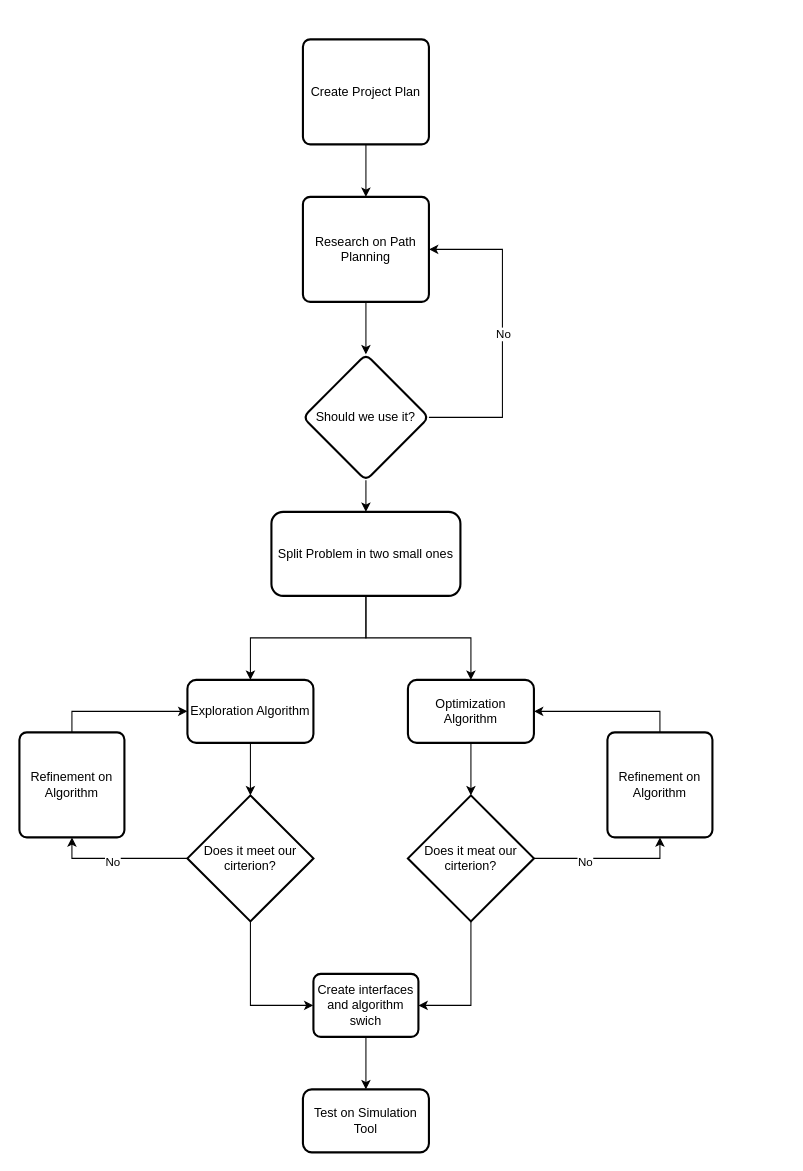
This is ressources/figures/High_Level_Project_Overview.drawio from Beomar97/path-planning-docs, a draw.io file, before an edit. Source tidied: cells renumbered, new cells numbered last; positions are measured from the earlier drawing's top-left corner, leaving out a move shared by most shapes. Both pictures are drawn from the tidied source at 105%, with x=0, y=0 at pixel (19, 39).
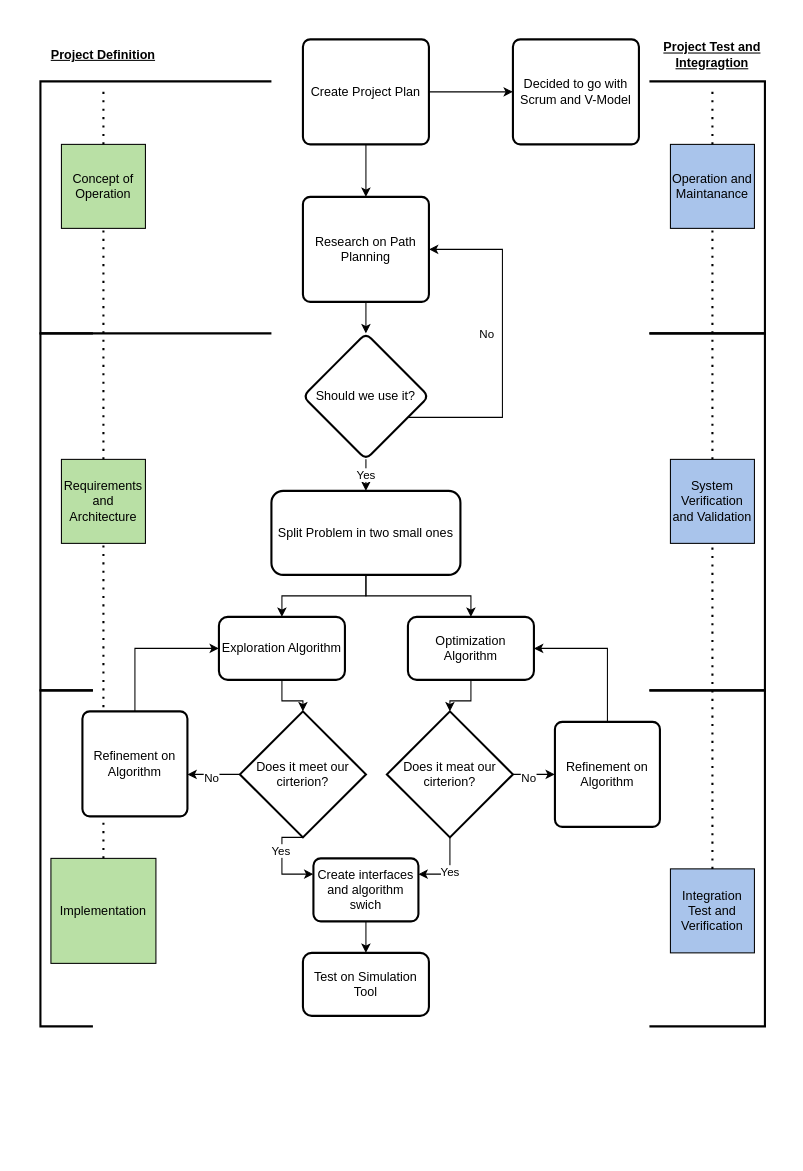
The same page after the edit.

The change refers to these unchanged cells:
```xml
<mxCell id="9" value="Create Project Plan" style="rounded=1;whiteSpace=wrap;html=1;absoluteArcSize=1;arcSize=14;strokeWidth=2;" parent="1" vertex="1">
  <mxGeometry x="270" width="120" height="100" as="geometry" />
</mxCell>
```

What changed in the source:
```diff
@@
+    <mxCell id="32" style="endArrow=none;dashed=1;html=1;dashPattern=1 3;strokeWidth=2;rounded=0;entryX=0.5;entryY=1;entryDx=0;entryDy=0;exitX=0.5;exitY=0;exitDx=0;exitDy=0;" parent="1" edge="1" source="44" target="40">
+      <mxGeometry relative="1" as="geometry" />
+    </mxCell>
+    <mxCell id="33" style="strokeWidth=2;html=1;shape=mxgraph.flowchart.annotation_1;align=left;fillColor=#B9E0A5;" parent="1" vertex="1">
+      <mxGeometry x="20" y="40" width="220" height="240" as="geometry" />
+    </mxCell>
@@
-    <mxCell id="6" style="edgeStyle=orthogonalEdgeStyle;rounded=0;jettySize=auto;html=1;" parent="1" edge="1" source="7" target="11">
+    <mxCell id="6" value="Yes" style="edgeStyle=orthogonalEdgeStyle;rounded=0;jettySize=auto;html=1;" parent="1" edge="1" source="7" target="11">
       <mxGeometry relative="1" as="geometry" />
     </mxCell>
     <mxCell id="7" value="Should we use it?" style="rhombus;whiteSpace=wrap;html=1;rounded=1;arcSize=14;strokeWidth=2;" parent="1" vertex="1">
-      <mxGeometry x="270" y="300" width="120" height="120" as="geometry" />
+      <mxGeometry x="270" y="280" width="120" height="120" as="geometry" />
     </mxCell>
@@
+    <mxCell id="34" style="edgeStyle=orthogonalEdgeStyle;rounded=0;jettySize=auto;html=1;" parent="1" edge="1" source="9" target="36">
+      <mxGeometry relative="1" as="geometry" />
+    </mxCell>
@@
     <mxCell id="11" value="Split Problem in two small ones" style="rounded=1;whiteSpace=wrap;html=1;arcSize=14;strokeWidth=2;" parent="1" vertex="1">
-      <mxGeometry x="240" y="450" width="180" height="80" as="geometry" />
+      <mxGeometry x="240" y="430" width="180" height="80" as="geometry" />
     </mxCell>
@@
     <mxCell id="13" value="Exploration Algorithm" style="whiteSpace=wrap;html=1;rounded=1;arcSize=14;strokeWidth=2;" parent="1" vertex="1">
-      <mxGeometry x="160" y="610" width="120" height="60" as="geometry" />
+      <mxGeometry x="190" y="550" width="120" height="60" as="geometry" />
     </mxCell>
@@
     <mxCell id="15" value="Optimization Algorithm" style="whiteSpace=wrap;html=1;rounded=1;arcSize=14;strokeWidth=2;" parent="1" vertex="1">
-      <mxGeometry x="370" y="610" width="120" height="60" as="geometry" />
+      <mxGeometry x="370" y="550" width="120" height="60" as="geometry" />
     </mxCell>
     <mxCell id="16" style="endArrow=classic;html=1;rounded=0;exitX=0.5;exitY=1;exitDx=0;exitDy=0;entryX=0.5;entryY=0;entryDx=0;entryDy=0;" parent="1" edge="1" source="11" target="15">
       <mxGeometry relative="1" as="geometry">
         <Array as="points">
-          <mxPoint x="330" y="570" />
-          <mxPoint x="430" y="570" />
+          <mxPoint x="330" y="530" />
+          <mxPoint x="380" y="530" />
+          <mxPoint x="430" y="530" />
+          <mxPoint x="430" y="550" />
         </Array>
       </mxGeometry>
     </mxCell>
-    <mxCell id="17" style="edgeStyle=orthogonalEdgeStyle;rounded=0;jettySize=auto;html=1;" parent="1" edge="1" source="20" target="28">
+    <mxCell id="17" style="edgeStyle=orthogonalEdgeStyle;rounded=0;jettySize=auto;html=1;exitX=0;exitY=0.5;exitDx=0;exitDy=0;exitPerimeter=0;" parent="1" edge="1" source="20" target="28">
       <mxGeometry relative="1" as="geometry">
         <Array as="points">
-          <mxPoint x="50" y="780" />
+          <mxPoint x="120" y="700" />
+          <mxPoint x="120" y="700" />
         </Array>
       </mxGeometry>
     </mxCell>
@@
-    <mxCell id="19" style="edgeStyle=orthogonalEdgeStyle;rounded=0;jettySize=auto;html=1;entryX=0;entryY=0.5;entryDx=0;entryDy=0;" parent="1" edge="1" source="20" target="30">
+    <mxCell id="19" style="edgeStyle=orthogonalEdgeStyle;rounded=0;jettySize=auto;html=1;entryX=0;entryY=0.25;entryDx=0;entryDy=0;exitX=0.5;exitY=1;exitDx=0;exitDy=0;exitPerimeter=0;" parent="1" edge="1" source="20" target="30">
       <mxGeometry relative="1" as="geometry">
         <Array as="points">
-          <mxPoint x="220" y="920" />
+          <mxPoint x="250" y="760" />
+          <mxPoint x="250" y="795" />
         </Array>
       </mxGeometry>
     </mxCell>
+    <mxCell id="35" value="Yes" style="edgeLabel;html=1;align=center;verticalAlign=middle;" parent="19" vertex="1">
+      <mxGeometry x="-0.24" y="-2" relative="1" as="geometry" />
+    </mxCell>
     <mxCell id="20" value="&lt;span style=&quot;&quot;&gt;Does it meet our cirterion?&lt;/span&gt;" style="strokeWidth=2;html=1;shape=mxgraph.flowchart.decision;whiteSpace=wrap;" parent="1" vertex="1">
-      <mxGeometry x="160" y="720" width="120" height="120" as="geometry" />
+      <mxGeometry x="210" y="640" width="120" height="120" as="geometry" />
     </mxCell>
-    <mxCell id="21" style="edgeStyle=orthogonalEdgeStyle;rounded=0;jettySize=auto;html=1;" parent="1" edge="1" source="24" target="26">
+    <mxCell id="21" style="edgeStyle=orthogonalEdgeStyle;rounded=0;jettySize=auto;html=1;exitX=1;exitY=0.5;exitDx=0;exitDy=0;exitPerimeter=0;entryX=0;entryY=0.5;entryDx=0;entryDy=0;" parent="1" edge="1" source="24" target="26">
       <mxGeometry relative="1" as="geometry">
         <Array as="points">
-          <mxPoint x="610" y="780" />
+          <mxPoint x="490" y="700" />
+          <mxPoint x="490" y="700" />
         </Array>
       </mxGeometry>
     </mxCell>
@@
-    <mxCell id="23" style="edgeStyle=orthogonalEdgeStyle;rounded=0;jettySize=auto;html=1;entryX=1;entryY=0.5;entryDx=0;entryDy=0;" parent="1" edge="1" source="24" target="30">
+    <mxCell id="23" value="Yes" style="edgeStyle=orthogonalEdgeStyle;rounded=0;jettySize=auto;html=1;entryX=1;entryY=0.25;entryDx=0;entryDy=0;" parent="1" edge="1" source="24" target="30">
       <mxGeometry relative="1" as="geometry" />
     </mxCell>
     <mxCell id="24" value="Does it meat our cirterion?" style="strokeWidth=2;html=1;shape=mxgraph.flowchart.decision;whiteSpace=wrap;" parent="1" vertex="1">
-      <mxGeometry x="370" y="720" width="120" height="120" as="geometry" />
+      <mxGeometry x="350" y="640" width="120" height="120" as="geometry" />
     </mxCell>
     <mxCell id="25" style="edgeStyle=orthogonalEdgeStyle;rounded=0;jettySize=auto;html=1;entryX=1;entryY=0.5;entryDx=0;entryDy=0;" parent="1" edge="1" source="26" target="15">
       <mxGeometry relative="1" as="geometry">
         <Array as="points">
-          <mxPoint x="610" y="640" />
+          <mxPoint x="560" y="580" />
         </Array>
       </mxGeometry>
     </mxCell>
     <mxCell id="26" value="Refinement on Algorithm" style="rounded=1;whiteSpace=wrap;html=1;absoluteArcSize=1;arcSize=14;strokeWidth=2;" parent="1" vertex="1">
-      <mxGeometry x="560" y="660" width="100" height="100" as="geometry" />
+      <mxGeometry x="510" y="650" width="100" height="100" as="geometry" />
     </mxCell>
@@
     <mxCell id="28" value="Refinement on Algorithm" style="rounded=1;whiteSpace=wrap;html=1;absoluteArcSize=1;arcSize=14;strokeWidth=2;" parent="1" vertex="1">
-      <mxGeometry y="660" width="100" height="100" as="geometry" />
+      <mxGeometry x="60" y="640" width="100" height="100" as="geometry" />
     </mxCell>
     <mxCell id="29" style="edgeStyle=orthogonalEdgeStyle;rounded=0;jettySize=auto;html=1;" parent="1" edge="1" source="30" target="31">
       <mxGeometry relative="1" as="geometry">
         <Array as="points">
-          <mxPoint x="300" y="1010" />
+          <mxPoint x="300" y="900" />
         </Array>
       </mxGeometry>
     </mxCell>
     <mxCell id="30" value="Create interfaces and algorithm swich" style="rounded=1;whiteSpace=wrap;html=1;absoluteArcSize=1;arcSize=14;strokeWidth=2;" parent="1" vertex="1">
-      <mxGeometry x="280" y="890" width="100" height="60" as="geometry" />
+      <mxGeometry x="280" y="780" width="100" height="60" as="geometry" />
     </mxCell>
     <mxCell id="31" value="Test on Simulation Tool" style="whiteSpace=wrap;html=1;rounded=1;arcSize=14;strokeWidth=2;" parent="1" vertex="1">
-      <mxGeometry x="270" y="1000" width="120" height="60" as="geometry" />
+      <mxGeometry x="270" y="870" width="120" height="60" as="geometry" />
     </mxCell>
+    <mxCell id="36" value="Decided to go with Scrum and V-Model" style="rounded=1;whiteSpace=wrap;html=1;absoluteArcSize=1;arcSize=14;strokeWidth=2;" parent="1" vertex="1">
+      <mxGeometry x="470" width="120" height="100" as="geometry" />
+    </mxCell>
+    <mxCell id="37" value="Concept of Operation" style="whiteSpace=wrap;html=1;fillColor=#B9E0A5;" parent="1" vertex="1">
+      <mxGeometry x="40" y="100" width="80" height="80" as="geometry" />
+    </mxCell>
+    <mxCell id="38" value="&lt;u&gt;&lt;b&gt;Project Definition&lt;/b&gt;&lt;/u&gt;" style="text;html=1;strokeColor=none;fillColor=none;align=center;verticalAlign=middle;whiteSpace=wrap;rounded=0;" parent="1" vertex="1">
+      <mxGeometry x="10" y="-20" width="140" height="70" as="geometry" />
+    </mxCell>
+    <mxCell id="39" style="endArrow=none;dashed=1;html=1;dashPattern=1 3;strokeWidth=2;rounded=0;exitX=0.5;exitY=0;exitDx=0;exitDy=0;entryX=0.5;entryY=1;entryDx=0;entryDy=0;" parent="1" edge="1" source="37" target="38">
+      <mxGeometry relative="1" as="geometry" />
+    </mxCell>
+    <mxCell id="40" value="Requirements and Architecture" style="whiteSpace=wrap;html=1;fillColor=#B9E0A5;" parent="1" vertex="1">
+      <mxGeometry x="40" y="400" width="80" height="80" as="geometry" />
+    </mxCell>
+    <mxCell id="41" style="strokeWidth=2;html=1;shape=mxgraph.flowchart.annotation_1;align=left;fillColor=#B9E0A5;" parent="1" vertex="1">
+      <mxGeometry x="20" y="280" width="50" height="340" as="geometry" />
+    </mxCell>
+    <mxCell id="42" style="endArrow=none;dashed=1;html=1;dashPattern=1 3;strokeWidth=2;rounded=0;entryX=0.5;entryY=1;entryDx=0;entryDy=0;exitX=0.5;exitY=0;exitDx=0;exitDy=0;" parent="1" edge="1" source="40" target="37">
+      <mxGeometry relative="1" as="geometry" />
+    </mxCell>
+    <mxCell id="43" style="strokeWidth=2;html=1;shape=mxgraph.flowchart.annotation_1;align=left;fillColor=#B9E0A5;" parent="1" vertex="1">
+      <mxGeometry x="20" y="620" width="50" height="320" as="geometry" />
+    </mxCell>
+    <mxCell id="44" value="Implementation" style="whiteSpace=wrap;html=1;fillColor=#B9E0A5;" parent="1" vertex="1">
+      <mxGeometry x="30" y="780" width="100" height="100" as="geometry" />
+    </mxCell>
+    <mxCell id="45" style="strokeWidth=2;html=1;shape=mxgraph.flowchart.annotation_1;align=left;fillColor=#B9E0A5;direction=west;" parent="1" vertex="1">
+      <mxGeometry x="600" y="40" width="110" height="240" as="geometry" />
+    </mxCell>
+    <mxCell id="46" value="&lt;u&gt;&lt;b&gt;Project Test and Integragtion&lt;/b&gt;&lt;/u&gt;" style="text;html=1;strokeColor=none;fillColor=none;align=center;verticalAlign=middle;whiteSpace=wrap;rounded=0;" parent="1" vertex="1">
+      <mxGeometry x="590" y="-20" width="140" height="70" as="geometry" />
+    </mxCell>
+    <mxCell id="47" value="Operation and Maintanance" style="whiteSpace=wrap;html=1;fillColor=#A9C4EB;" parent="1" vertex="1">
+      <mxGeometry x="620" y="100" width="80" height="80" as="geometry" />
+    </mxCell>
+    <mxCell id="48" style="strokeWidth=2;html=1;shape=mxgraph.flowchart.annotation_1;align=left;fillColor=#B9E0A5;direction=west;" parent="1" vertex="1">
+      <mxGeometry x="600" y="280" width="110" height="340" as="geometry" />
+    </mxCell>
+    <mxCell id="49" style="strokeWidth=2;html=1;shape=mxgraph.flowchart.annotation_1;align=left;fillColor=#B9E0A5;direction=west;" parent="1" vertex="1">
+      <mxGeometry x="600" y="620" width="110" height="320" as="geometry" />
+    </mxCell>
+    <mxCell id="50" value="System Verification and Validation" style="whiteSpace=wrap;html=1;fillColor=#A9C4EB;" parent="1" vertex="1">
+      <mxGeometry x="620" y="400" width="80" height="80" as="geometry" />
+    </mxCell>
+    <mxCell id="51" style="endArrow=none;dashed=1;html=1;dashPattern=1 3;strokeWidth=2;rounded=0;entryX=0.5;entryY=1;entryDx=0;entryDy=0;exitX=0.5;exitY=0;exitDx=0;exitDy=0;" parent="1" edge="1" source="50" target="47">
+      <mxGeometry relative="1" as="geometry" />
+    </mxCell>
+    <mxCell id="52" value="Integration Test and Verification" style="whiteSpace=wrap;html=1;fillColor=#A9C4EB;" parent="1" vertex="1">
+      <mxGeometry x="620" y="790" width="80" height="80" as="geometry" />
+    </mxCell>
+    <mxCell id="53" style="endArrow=none;dashed=1;html=1;dashPattern=1 3;strokeWidth=2;rounded=0;entryX=0.5;entryY=1;entryDx=0;entryDy=0;exitX=0.5;exitY=0;exitDx=0;exitDy=0;" parent="1" edge="1" source="52" target="50">
+      <mxGeometry relative="1" as="geometry" />
+    </mxCell>
+    <mxCell id="54" style="endArrow=none;dashed=1;html=1;dashPattern=1 3;strokeWidth=2;rounded=0;" parent="1" edge="1">
+      <mxGeometry relative="1" as="geometry">
+        <mxPoint x="660" y="100" as="sourcePoint" />
+        <mxPoint x="660" y="50" as="targetPoint" />
+      </mxGeometry>
+    </mxCell>
```
